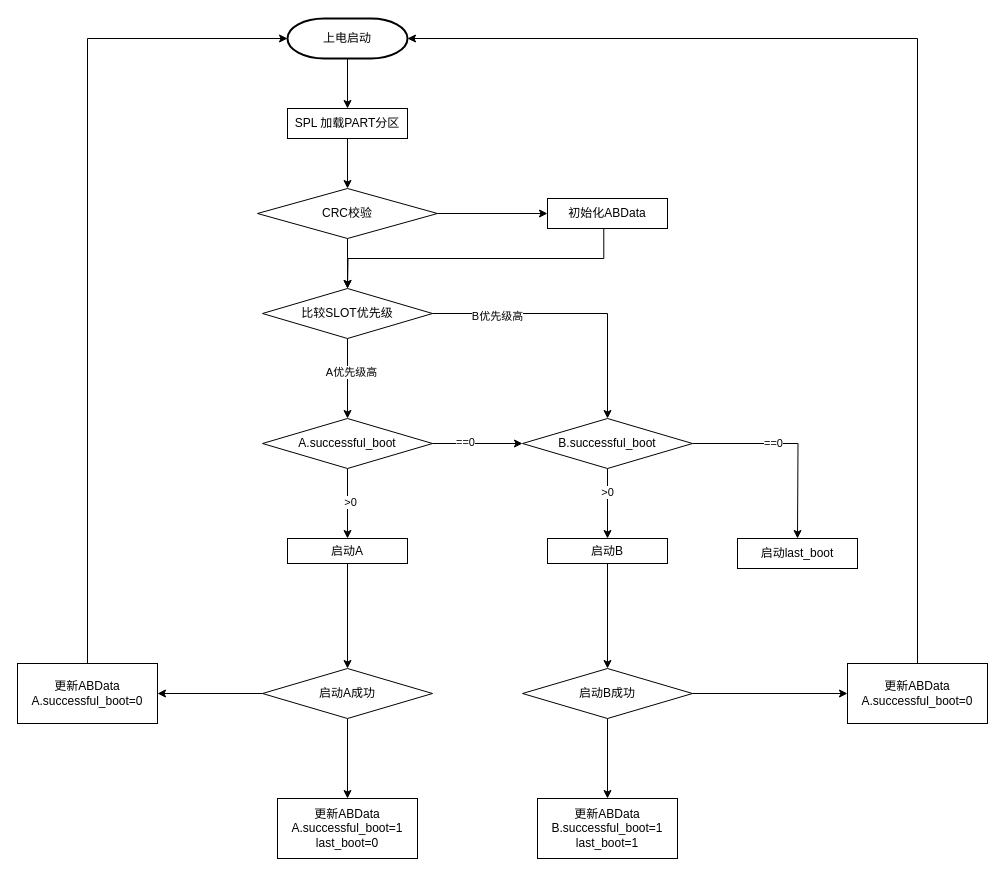
Earlier version of the draw.io diagram page "启动" (1 of 2) of AB_upgrade.drawio (joliet0l/Diagram). Source tidied: cells renumbered, new cells numbered last; positions are measured from the earlier drawing's top-left corner, leaving out a move shared by most shapes. Both pictures are drawn from the tidied source at 100%, with x=0, y=0 at pixel (17, 18).
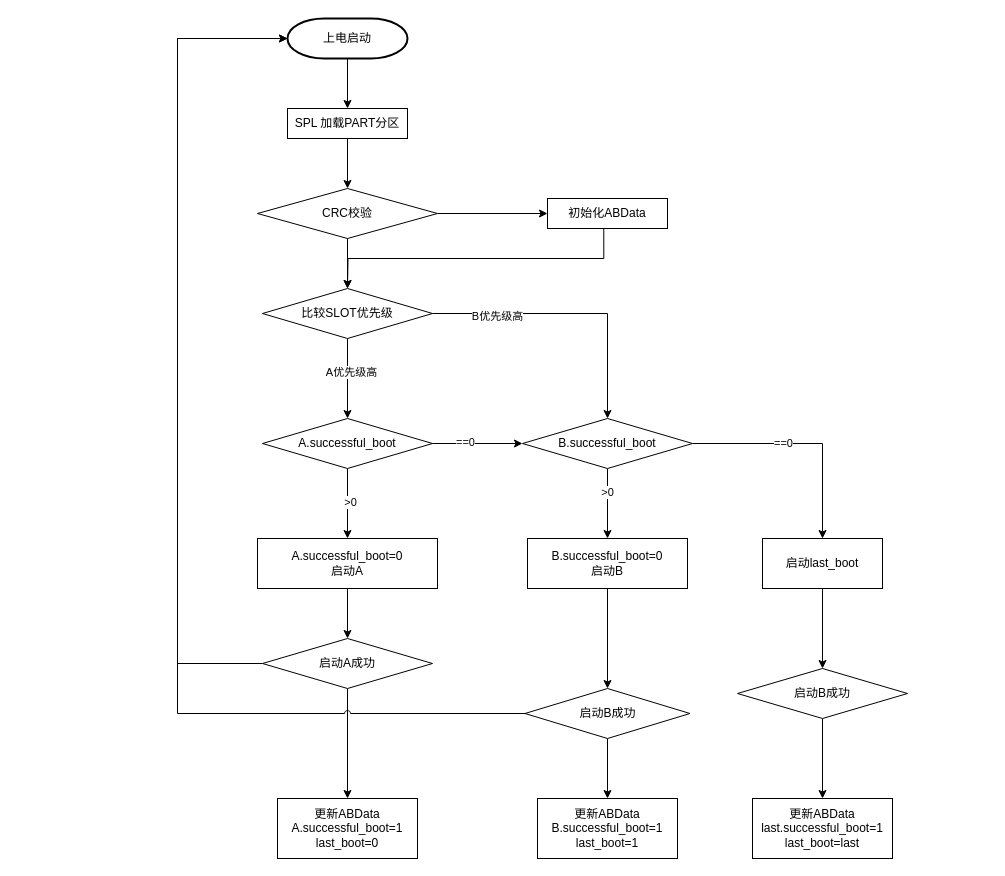
The same diagram, later.

Unchanged cells that the change refers to:
```xml
<mxCell id="3" value="上电启动" style="strokeWidth=2;html=1;shape=mxgraph.flowchart.terminator;whiteSpace=wrap;" parent="1" vertex="1">
  <mxGeometry x="270" width="120" height="40" as="geometry" />
</mxCell>
<mxCell id="33" value="B.successful_boot" style="rhombus;whiteSpace=wrap;html=1;" parent="1" vertex="1">
  <mxGeometry x="505" y="400" width="170" height="50" as="geometry" />
</mxCell>
```

Diff of the diagram source:
```diff
@@
-    <mxCell id="22" value="启动A" style="whiteSpace=wrap;html=1;" parent="1" vertex="1">
-      <mxGeometry x="270" y="520" width="120" height="25" as="geometry" />
+    <mxCell id="22" value="&lt;div&gt;A.successful_boot=0&lt;/div&gt;启动A" style="whiteSpace=wrap;html=1;" parent="1" vertex="1">
+      <mxGeometry x="240" y="520" width="180" height="50" as="geometry" />
     </mxCell>
-    <mxCell id="23" style="edgeStyle=orthogonalEdgeStyle;rounded=0;jettySize=auto;html=1;" parent="1" edge="1" source="25" target="26">
-      <mxGeometry relative="1" as="geometry" />
-    </mxCell>
@@
     <mxCell id="25" value="启动A成功" style="rhombus;whiteSpace=wrap;html=1;" parent="1" vertex="1">
-      <mxGeometry x="245" y="650" width="170" height="50" as="geometry" />
+      <mxGeometry x="245" y="620" width="170" height="50" as="geometry" />
     </mxCell>
-    <mxCell id="26" value="&lt;div&gt;更新ABData&lt;/div&gt;&lt;div&gt;A.successful_boot=0&lt;/div&gt;" style="whiteSpace=wrap;html=1;" parent="1" vertex="1">
-      <mxGeometry y="645" width="140" height="60" as="geometry" />
-    </mxCell>
-    <mxCell id="27" style="edgeStyle=orthogonalEdgeStyle;rounded=0;jettySize=auto;html=1;entryX=0;entryY=0.5;entryDx=0;entryDy=0;entryPerimeter=0;exitX=0.5;exitY=0;exitDx=0;exitDy=0;" parent="1" edge="1" source="26" target="3">
-      <mxGeometry relative="1" as="geometry" />
+    <mxCell id="27" style="edgeStyle=orthogonalEdgeStyle;rounded=0;jettySize=auto;html=1;entryX=0;entryY=0.5;entryDx=0;entryDy=0;entryPerimeter=0;exitX=0;exitY=0.5;exitDx=0;exitDy=0;" parent="1" edge="1" source="25" target="3">
+      <mxGeometry relative="1" as="geometry">
+        <Array as="points">
+          <mxPoint x="160" y="645" />
+          <mxPoint x="160" y="20" />
+        </Array>
+      </mxGeometry>
     </mxCell>
@@
-    <mxCell id="31" style="edgeStyle=orthogonalEdgeStyle;rounded=0;jettySize=auto;html=1;" parent="1" edge="1" source="33">
-      <mxGeometry relative="1" as="geometry">
-        <mxPoint x="780" y="520" as="targetPoint" />
-      </mxGeometry>
+    <mxCell id="31" style="edgeStyle=orthogonalEdgeStyle;rounded=0;jettySize=auto;html=1;entryX=0.5;entryY=0;entryDx=0;entryDy=0;" parent="1" edge="1" source="33" target="40">
+      <mxGeometry relative="1" as="geometry" />
     </mxCell>
@@
-    <mxCell id="35" value="启动B" style="whiteSpace=wrap;html=1;" parent="1" vertex="1">
-      <mxGeometry x="530" y="520" width="120" height="25" as="geometry" />
+    <mxCell id="35" value="&lt;div&gt;&lt;div&gt;B.successful_boot=0&lt;/div&gt;&lt;/div&gt;启动B" style="whiteSpace=wrap;html=1;" parent="1" vertex="1">
+      <mxGeometry x="510" y="520" width="160" height="50" as="geometry" />
     </mxCell>
@@
-    <mxCell id="37" style="edgeStyle=orthogonalEdgeStyle;rounded=0;jettySize=auto;html=1;" parent="1" edge="1" source="38" target="41">
-      <mxGeometry relative="1" as="geometry" />
-    </mxCell>
     <mxCell id="38" value="启动B成功" style="rhombus;whiteSpace=wrap;html=1;" parent="1" vertex="1">
-      <mxGeometry x="505" y="650" width="170" height="50" as="geometry" />
+      <mxGeometry x="507.5" y="670" width="165" height="50" as="geometry" />
     </mxCell>
@@
+    <mxCell id="43" style="edgeStyle=orthogonalEdgeStyle;rounded=0;jettySize=auto;html=1;entryX=0.5;entryY=0;entryDx=0;entryDy=0;" parent="1" edge="1" source="40" target="45">
+      <mxGeometry relative="1" as="geometry" />
+    </mxCell>
     <mxCell id="40" value="启动last_boot" style="whiteSpace=wrap;html=1;" parent="1" vertex="1">
-      <mxGeometry x="720" y="520" width="120" height="30" as="geometry" />
+      <mxGeometry x="745" y="520" width="120" height="50" as="geometry" />
     </mxCell>
-    <mxCell id="41" value="&lt;div&gt;更新ABData&lt;/div&gt;&lt;div&gt;A.successful_boot=0&lt;/div&gt;" style="whiteSpace=wrap;html=1;" parent="1" vertex="1">
-      <mxGeometry x="830" y="645" width="140" height="60" as="geometry" />
-    </mxCell>
-    <mxCell id="42" style="edgeStyle=orthogonalEdgeStyle;rounded=0;jettySize=auto;html=1;entryX=1;entryY=0.5;entryDx=0;entryDy=0;entryPerimeter=0;" parent="1" edge="1" source="41" target="3">
-      <mxGeometry relative="1" as="geometry">
-        <Array as="points">
-          <mxPoint x="900" y="20" />
-        </Array>
-      </mxGeometry>
-    </mxCell>
+    <mxCell id="44" style="edgeStyle=orthogonalEdgeStyle;rounded=0;jettySize=auto;html=1;entryX=0.5;entryY=0;entryDx=0;entryDy=0;" parent="1" edge="1" source="45" target="46">
+      <mxGeometry relative="1" as="geometry" />
+    </mxCell>
+    <mxCell id="45" value="启动B成功" style="rhombus;whiteSpace=wrap;html=1;" parent="1" vertex="1">
+      <mxGeometry x="720" y="650" width="170" height="50" as="geometry" />
+    </mxCell>
+    <mxCell id="46" value="&lt;div&gt;更新ABData&lt;/div&gt;&lt;div&gt;last.successful_boot=1&lt;/div&gt;&lt;div&gt;last_boot=last&lt;/div&gt;" style="whiteSpace=wrap;html=1;" parent="1" vertex="1">
+      <mxGeometry x="735" y="780" width="140" height="60" as="geometry" />
+    </mxCell>
+    <mxCell id="47" style="edgeStyle=orthogonalEdgeStyle;rounded=0;jettySize=auto;html=1;entryX=0;entryY=0.5;entryDx=0;entryDy=0;entryPerimeter=0;jumpStyle=arc;" parent="1" edge="1" source="38" target="3">
+      <mxGeometry relative="1" as="geometry">
+        <Array as="points">
+          <mxPoint x="160" y="695" />
+          <mxPoint x="160" y="20" />
+        </Array>
+      </mxGeometry>
+    </mxCell>
```
